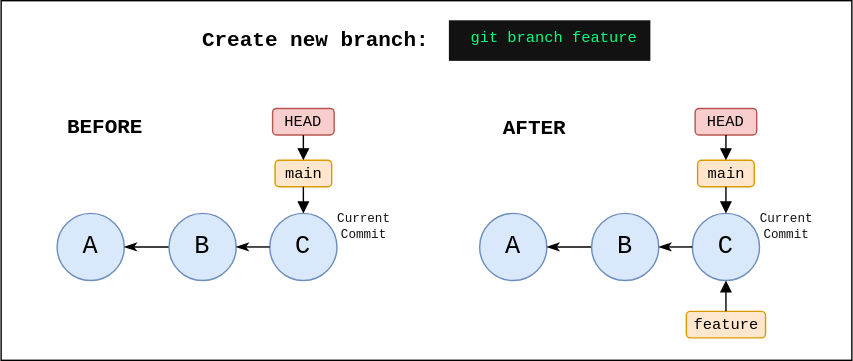
Before: public/diagrams/git-branch-create.svg, a diagram exported from draw.io (datkumar/code-journal). Source tidied: cells renumbered, new cells last; positions are measured from the earlier drawing's top-left corner, leaving out a move shared by most shapes. The source it was exported from:
```xml
<mxGraphModel>
  <root>
    <mxCell id="0" />
    <mxCell id="1" parent="0" />
    <mxCell id="2" style="rounded=0;whiteSpace=wrap;html=1;fontFamily=monospace;fillStyle=solid;fillColor=light-dark(#FFFFFF,#FFFFFF);" parent="1" vertex="1">
      <mxGeometry width="608" height="257" as="geometry" />
    </mxCell>
    <mxCell id="3" value="A" style="ellipse;whiteSpace=wrap;html=1;fillColor=light-dark(#DAE8FC,#DAE8FC);strokeColor=#6c8ebf;fontSize=18;fontFamily=monospace;fontColor=light-dark(#000000,#000000);" parent="1" vertex="1">
      <mxGeometry x="342" y="152" width="48" height="48" as="geometry" />
    </mxCell>
    <mxCell id="4" style="endArrow=classicThin;html=1;rounded=0;exitX=0;exitY=0.5;exitDx=0;exitDy=0;entryX=1;entryY=0.5;entryDx=0;entryDy=0;endFill=1;fontFamily=monospace;fontColor=light-dark(#000000,#000000);strokeColor=light-dark(#000000,#000000);curved=1;" parent="1" edge="1" source="10" target="3">
      <mxGeometry relative="1" as="geometry" />
    </mxCell>
    <mxCell id="5" value="&lt;font&gt;HEAD&lt;/font&gt;" style="rounded=1;whiteSpace=wrap;html=1;fillColor=light-dark(#F8CECC,#F8CECC);strokeColor=#b85450;fontFamily=monospace;fontSize=11;align=center;verticalAlign=middle;fontColor=light-dark(#000000,#000000);" parent="1" vertex="1">
      <mxGeometry x="496" y="77" width="44" height="19" as="geometry" />
    </mxCell>
    <mxCell id="6" value="&lt;font&gt;main&lt;/font&gt;" style="rounded=1;whiteSpace=wrap;html=1;fillColor=light-dark(#FFE6CC,#FFE6CC);strokeColor=#d79b00;fontFamily=monospace;fontSize=11;align=center;verticalAlign=middle;fontColor=light-dark(#000000,#000000);" parent="1" vertex="1">
      <mxGeometry x="497.8" y="114" width="40.5" height="19" as="geometry" />
    </mxCell>
    <mxCell id="7" value="&lt;font&gt;feature&lt;/font&gt;" style="rounded=1;whiteSpace=wrap;html=1;fillColor=light-dark(#FFE6CC,#FFE6CC);strokeColor=#d79b00;fontFamily=monospace;fontSize=11;align=center;verticalAlign=middle;fontColor=light-dark(#000000,#000000);" parent="1" vertex="1">
      <mxGeometry x="489.7" y="222" width="56.6" height="19" as="geometry" />
    </mxCell>
    <mxCell id="8" style="endArrow=block;html=1;rounded=0;endFill=1;entryX=0.5;entryY=0;entryDx=0;entryDy=0;exitX=0.5;exitY=1;exitDx=0;exitDy=0;fontFamily=monospace;fontColor=light-dark(#000000,#000000);strokeColor=light-dark(#000000,#000000);curved=1;" parent="1" edge="1" source="5" target="6">
      <mxGeometry relative="1" as="geometry" />
    </mxCell>
    <mxCell id="9" value="&lt;font style=&quot;color: light-dark(rgb(0, 255, 128), rgb(0, 255, 128));&quot;&gt;&amp;nbsp;git branch feature&lt;/font&gt;" style="rounded=0;whiteSpace=wrap;html=1;align=center;fontFamily=monospace;fontSize=11;fillColor=light-dark(#121212,#121212);strokeColor=none;fontColor=light-dark(#00FF80,#00FF80);verticalAlign=top;fillStyle=solid;" parent="1" vertex="1">
      <mxGeometry x="320" y="14" width="144" height="29" as="geometry" />
    </mxCell>
    <mxCell id="10" value="B" style="ellipse;whiteSpace=wrap;html=1;fillColor=light-dark(#DAE8FC,#DAE8FC);strokeColor=#6c8ebf;fontSize=18;fontFamily=monospace;fontColor=light-dark(#000000,#000000);" parent="1" vertex="1">
      <mxGeometry x="422" y="152" width="48" height="48" as="geometry" />
    </mxCell>
    <mxCell id="11" value="C" style="ellipse;whiteSpace=wrap;html=1;fillColor=light-dark(#DAE8FC,#DAE8FC);strokeColor=#6c8ebf;fontSize=18;fontFamily=monospace;fontColor=light-dark(#000000,#000000);" parent="1" vertex="1">
      <mxGeometry x="494" y="152" width="48" height="48" as="geometry" />
    </mxCell>
    <mxCell id="12" style="endArrow=classicThin;html=1;rounded=0;exitX=0;exitY=0.5;exitDx=0;exitDy=0;entryX=1;entryY=0.5;entryDx=0;entryDy=0;endFill=1;fontFamily=monospace;fontColor=light-dark(#000000,#000000);strokeColor=light-dark(#000000,#000000);curved=1;" parent="1" edge="1" source="11" target="10">
      <mxGeometry relative="1" as="geometry" />
    </mxCell>
    <mxCell id="13" style="endArrow=block;html=1;rounded=0;exitX=0.5;exitY=1;exitDx=0;exitDy=0;endFill=1;entryX=0.5;entryY=0;entryDx=0;entryDy=0;fontFamily=monospace;fontColor=light-dark(#000000,#000000);strokeColor=light-dark(#000000,#000000);curved=1;" parent="1" edge="1" source="6" target="11">
      <mxGeometry relative="1" as="geometry" />
    </mxCell>
    <mxCell id="14" style="endArrow=block;html=1;rounded=0;exitX=0.5;exitY=0;exitDx=0;exitDy=0;endFill=1;entryX=0.5;entryY=1;entryDx=0;entryDy=0;fontFamily=monospace;fontColor=light-dark(#000000,#000000);strokeColor=light-dark(#000000,#000000);curved=1;" parent="1" edge="1" source="7" target="11">
      <mxGeometry relative="1" as="geometry" />
    </mxCell>
    <mxCell id="15" value="Create new branch:" style="text;html=1;align=center;verticalAlign=middle;whiteSpace=wrap;rounded=0;fontStyle=1;fontSize=15;fontFamily=monospace;fontColor=light-dark(#000000,#000000);" parent="1" vertex="1">
      <mxGeometry x="133" width="183.5" height="57" as="geometry" />
    </mxCell>
    <mxCell id="16" value="A" style="ellipse;whiteSpace=wrap;html=1;fillColor=light-dark(#DAE8FC,#DAE8FC);strokeColor=#6c8ebf;fontSize=18;fontFamily=monospace;fontColor=light-dark(#000000,#000000);" parent="1" vertex="1">
      <mxGeometry x="40" y="152" width="48" height="48" as="geometry" />
    </mxCell>
    <mxCell id="17" style="endArrow=classicThin;html=1;rounded=0;exitX=0;exitY=0.5;exitDx=0;exitDy=0;entryX=1;entryY=0.5;entryDx=0;entryDy=0;endFill=1;fontFamily=monospace;fontColor=light-dark(#000000,#000000);strokeColor=light-dark(#000000,#000000);curved=1;" parent="1" edge="1" source="21" target="16">
      <mxGeometry relative="1" as="geometry" />
    </mxCell>
    <mxCell id="18" value="&lt;font&gt;HEAD&lt;/font&gt;" style="rounded=1;whiteSpace=wrap;html=1;fillColor=light-dark(#F8CECC,#F8CECC);strokeColor=#b85450;fontFamily=monospace;fontSize=11;align=center;verticalAlign=middle;fontColor=light-dark(#000000,#000000);" parent="1" vertex="1">
      <mxGeometry x="194" y="77" width="44" height="19" as="geometry" />
    </mxCell>
    <mxCell id="19" value="&lt;font&gt;main&lt;/font&gt;" style="rounded=1;whiteSpace=wrap;html=1;fillColor=light-dark(#FFE6CC,#FFE6CC);strokeColor=#d79b00;fontFamily=monospace;fontSize=11;align=center;verticalAlign=middle;fontColor=light-dark(#000000,#000000);" parent="1" vertex="1">
      <mxGeometry x="195.8" y="114" width="40.5" height="19" as="geometry" />
    </mxCell>
    <mxCell id="20" style="endArrow=block;html=1;rounded=0;endFill=1;entryX=0.5;entryY=0;entryDx=0;entryDy=0;exitX=0.5;exitY=1;exitDx=0;exitDy=0;fontFamily=monospace;fontColor=light-dark(#000000,#000000);strokeColor=light-dark(#000000,#000000);curved=1;" parent="1" edge="1" source="18" target="19">
      <mxGeometry relative="1" as="geometry" />
    </mxCell>
    <mxCell id="21" value="B" style="ellipse;whiteSpace=wrap;html=1;fillColor=light-dark(#DAE8FC,#DAE8FC);strokeColor=#6c8ebf;fontSize=18;fontFamily=monospace;fontColor=light-dark(#000000,#000000);" parent="1" vertex="1">
      <mxGeometry x="120" y="152" width="48" height="48" as="geometry" />
    </mxCell>
    <mxCell id="22" value="C" style="ellipse;whiteSpace=wrap;html=1;fillColor=light-dark(#DAE8FC,#DAE8FC);strokeColor=#6c8ebf;fontSize=18;fontFamily=monospace;fontColor=light-dark(#000000,#000000);" parent="1" vertex="1">
      <mxGeometry x="192" y="152" width="48" height="48" as="geometry" />
    </mxCell>
    <mxCell id="23" style="endArrow=classicThin;html=1;rounded=0;exitX=0;exitY=0.5;exitDx=0;exitDy=0;entryX=1;entryY=0.5;entryDx=0;entryDy=0;endFill=1;fontFamily=monospace;fontColor=light-dark(#000000,#000000);strokeColor=light-dark(#000000,#000000);curved=1;" parent="1" edge="1" source="22" target="21">
      <mxGeometry relative="1" as="geometry" />
    </mxCell>
    <mxCell id="24" style="endArrow=block;html=1;rounded=0;exitX=0.5;exitY=1;exitDx=0;exitDy=0;endFill=1;entryX=0.5;entryY=0;entryDx=0;entryDy=0;fontFamily=monospace;fontColor=light-dark(#000000,#000000);strokeColor=light-dark(#000000,#000000);curved=1;" parent="1" edge="1" source="19" target="22">
      <mxGeometry relative="1" as="geometry" />
    </mxCell>
    <mxCell id="25" value="Current Commit" style="text;html=1;whiteSpace=wrap;strokeColor=none;fillColor=none;align=center;verticalAlign=middle;rounded=0;fontFamily=monospace;fontSize=9;fontColor=light-dark(#121212,#121212);" parent="1" vertex="1">
      <mxGeometry x="232.2" y="147" width="55" height="30" as="geometry" />
    </mxCell>
    <mxCell id="26" value="BEFORE" style="text;html=1;align=center;verticalAlign=middle;whiteSpace=wrap;rounded=0;fontStyle=1;fontSize=15;fontFamily=monospace;fontColor=light-dark(#000000,#000000);" parent="1" vertex="1">
      <mxGeometry x="42" y="62" width="65" height="57" as="geometry" />
    </mxCell>
    <mxCell id="27" value="AFTER" style="text;html=1;align=center;verticalAlign=middle;whiteSpace=wrap;rounded=0;fontStyle=1;fontSize=15;fontFamily=monospace;fontColor=light-dark(#000000,#000000);" parent="1" vertex="1">
      <mxGeometry x="349" y="63" width="65" height="57" as="geometry" />
    </mxCell>
    <mxCell id="28" value="Current Commit" style="text;html=1;whiteSpace=wrap;strokeColor=none;fillColor=none;align=center;verticalAlign=middle;rounded=0;fontFamily=monospace;fontSize=9;fontColor=light-dark(#121212,#121212);" parent="1" vertex="1">
      <mxGeometry x="534" y="147" width="55" height="30" as="geometry" />
    </mxCell>
  </root>
</mxGraphModel>
```
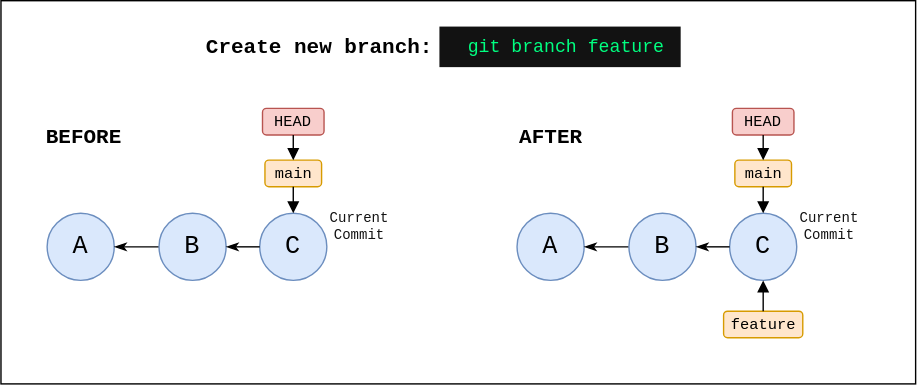
The same diagram one commit later.

The edit, as a diff of the source:
```diff
@@ -3,34 +3,34 @@
     <mxCell id="0" />
     <mxCell id="1" parent="0" />
     <mxCell id="2" style="rounded=0;whiteSpace=wrap;html=1;fontFamily=monospace;fillStyle=solid;fillColor=light-dark(#FFFFFF,#FFFFFF);" parent="1" vertex="1">
-      <mxGeometry width="608" height="257" as="geometry" />
+      <mxGeometry x="-103" y="68" width="654" height="274" as="geometry" />
     </mxCell>
     <mxCell id="3" value="A" style="ellipse;whiteSpace=wrap;html=1;fillColor=light-dark(#DAE8FC,#DAE8FC);strokeColor=#6c8ebf;fontSize=18;fontFamily=monospace;fontColor=light-dark(#000000,#000000);" parent="1" vertex="1">
-      <mxGeometry x="342" y="152" width="48" height="48" as="geometry" />
+      <mxGeometry x="266" y="220" width="48" height="48" as="geometry" />
     </mxCell>
     <mxCell id="4" style="endArrow=classicThin;html=1;rounded=0;exitX=0;exitY=0.5;exitDx=0;exitDy=0;entryX=1;entryY=0.5;entryDx=0;entryDy=0;endFill=1;fontFamily=monospace;fontColor=light-dark(#000000,#000000);strokeColor=light-dark(#000000,#000000);curved=1;" parent="1" edge="1" source="10" target="3">
       <mxGeometry relative="1" as="geometry" />
     </mxCell>
     <mxCell id="5" value="&lt;font&gt;HEAD&lt;/font&gt;" style="rounded=1;whiteSpace=wrap;html=1;fillColor=light-dark(#F8CECC,#F8CECC);strokeColor=#b85450;fontFamily=monospace;fontSize=11;align=center;verticalAlign=middle;fontColor=light-dark(#000000,#000000);" parent="1" vertex="1">
-      <mxGeometry x="496" y="77" width="44" height="19" as="geometry" />
+      <mxGeometry x="420" y="145" width="44" height="19" as="geometry" />
     </mxCell>
     <mxCell id="6" value="&lt;font&gt;main&lt;/font&gt;" style="rounded=1;whiteSpace=wrap;html=1;fillColor=light-dark(#FFE6CC,#FFE6CC);strokeColor=#d79b00;fontFamily=monospace;fontSize=11;align=center;verticalAlign=middle;fontColor=light-dark(#000000,#000000);" parent="1" vertex="1">
-      <mxGeometry x="497.8" y="114" width="40.5" height="19" as="geometry" />
+      <mxGeometry x="421.8" y="182" width="40.5" height="19" as="geometry" />
     </mxCell>
     <mxCell id="7" value="&lt;font&gt;feature&lt;/font&gt;" style="rounded=1;whiteSpace=wrap;html=1;fillColor=light-dark(#FFE6CC,#FFE6CC);strokeColor=#d79b00;fontFamily=monospace;fontSize=11;align=center;verticalAlign=middle;fontColor=light-dark(#000000,#000000);" parent="1" vertex="1">
-      <mxGeometry x="489.7" y="222" width="56.6" height="19" as="geometry" />
+      <mxGeometry x="413.7" y="290" width="56.6" height="19" as="geometry" />
     </mxCell>
     <mxCell id="8" style="endArrow=block;html=1;rounded=0;endFill=1;entryX=0.5;entryY=0;entryDx=0;entryDy=0;exitX=0.5;exitY=1;exitDx=0;exitDy=0;fontFamily=monospace;fontColor=light-dark(#000000,#000000);strokeColor=light-dark(#000000,#000000);curved=1;" parent="1" edge="1" source="5" target="6">
       <mxGeometry relative="1" as="geometry" />
     </mxCell>
-    <mxCell id="9" value="&lt;font style=&quot;color: light-dark(rgb(0, 255, 128), rgb(0, 255, 128));&quot;&gt;&amp;nbsp;git branch feature&lt;/font&gt;" style="rounded=0;whiteSpace=wrap;html=1;align=center;fontFamily=monospace;fontSize=11;fillColor=light-dark(#121212,#121212);strokeColor=none;fontColor=light-dark(#00FF80,#00FF80);verticalAlign=top;fillStyle=solid;" parent="1" vertex="1">
-      <mxGeometry x="320" y="14" width="144" height="29" as="geometry" />
+    <mxCell id="9" value="&lt;font style=&quot;&quot;&gt;&amp;nbsp;git branch feature&lt;/font&gt;" style="rounded=0;whiteSpace=wrap;html=1;align=center;fontFamily=monospace;fontSize=13;fillColor=light-dark(#121212,#121212);strokeColor=none;fontColor=light-dark(#00FF80,#00FF80);verticalAlign=top;fillStyle=solid;" parent="1" vertex="1">
+      <mxGeometry x="211" y="87" width="172.5" height="29" as="geometry" />
     </mxCell>
     <mxCell id="10" value="B" style="ellipse;whiteSpace=wrap;html=1;fillColor=light-dark(#DAE8FC,#DAE8FC);strokeColor=#6c8ebf;fontSize=18;fontFamily=monospace;fontColor=light-dark(#000000,#000000);" parent="1" vertex="1">
-      <mxGeometry x="422" y="152" width="48" height="48" as="geometry" />
+      <mxGeometry x="346" y="220" width="48" height="48" as="geometry" />
     </mxCell>
     <mxCell id="11" value="C" style="ellipse;whiteSpace=wrap;html=1;fillColor=light-dark(#DAE8FC,#DAE8FC);strokeColor=#6c8ebf;fontSize=18;fontFamily=monospace;fontColor=light-dark(#000000,#000000);" parent="1" vertex="1">
-      <mxGeometry x="494" y="152" width="48" height="48" as="geometry" />
+      <mxGeometry x="418" y="220" width="48" height="48" as="geometry" />
     </mxCell>
     <mxCell id="12" style="endArrow=classicThin;html=1;rounded=0;exitX=0;exitY=0.5;exitDx=0;exitDy=0;entryX=1;entryY=0.5;entryDx=0;entryDy=0;endFill=1;fontFamily=monospace;fontColor=light-dark(#000000,#000000);strokeColor=light-dark(#000000,#000000);curved=1;" parent="1" edge="1" source="11" target="10">
       <mxGeometry relative="1" as="geometry" />
@@ -42,28 +42,28 @@
       <mxGeometry relative="1" as="geometry" />
     </mxCell>
     <mxCell id="15" value="Create new branch:" style="text;html=1;align=center;verticalAlign=middle;whiteSpace=wrap;rounded=0;fontStyle=1;fontSize=15;fontFamily=monospace;fontColor=light-dark(#000000,#000000);" parent="1" vertex="1">
-      <mxGeometry x="133" width="183.5" height="57" as="geometry" />
+      <mxGeometry x="33" y="73" width="183.5" height="57" as="geometry" />
     </mxCell>
     <mxCell id="16" value="A" style="ellipse;whiteSpace=wrap;html=1;fillColor=light-dark(#DAE8FC,#DAE8FC);strokeColor=#6c8ebf;fontSize=18;fontFamily=monospace;fontColor=light-dark(#000000,#000000);" parent="1" vertex="1">
-      <mxGeometry x="40" y="152" width="48" height="48" as="geometry" />
+      <mxGeometry x="-70" y="220" width="48" height="48" as="geometry" />
     </mxCell>
     <mxCell id="17" style="endArrow=classicThin;html=1;rounded=0;exitX=0;exitY=0.5;exitDx=0;exitDy=0;entryX=1;entryY=0.5;entryDx=0;entryDy=0;endFill=1;fontFamily=monospace;fontColor=light-dark(#000000,#000000);strokeColor=light-dark(#000000,#000000);curved=1;" parent="1" edge="1" source="21" target="16">
       <mxGeometry relative="1" as="geometry" />
     </mxCell>
     <mxCell id="18" value="&lt;font&gt;HEAD&lt;/font&gt;" style="rounded=1;whiteSpace=wrap;html=1;fillColor=light-dark(#F8CECC,#F8CECC);strokeColor=#b85450;fontFamily=monospace;fontSize=11;align=center;verticalAlign=middle;fontColor=light-dark(#000000,#000000);" parent="1" vertex="1">
-      <mxGeometry x="194" y="77" width="44" height="19" as="geometry" />
+      <mxGeometry x="84" y="145" width="44" height="19" as="geometry" />
     </mxCell>
     <mxCell id="19" value="&lt;font&gt;main&lt;/font&gt;" style="rounded=1;whiteSpace=wrap;html=1;fillColor=light-dark(#FFE6CC,#FFE6CC);strokeColor=#d79b00;fontFamily=monospace;fontSize=11;align=center;verticalAlign=middle;fontColor=light-dark(#000000,#000000);" parent="1" vertex="1">
-      <mxGeometry x="195.8" y="114" width="40.5" height="19" as="geometry" />
+      <mxGeometry x="85.8" y="182" width="40.5" height="19" as="geometry" />
     </mxCell>
     <mxCell id="20" style="endArrow=block;html=1;rounded=0;endFill=1;entryX=0.5;entryY=0;entryDx=0;entryDy=0;exitX=0.5;exitY=1;exitDx=0;exitDy=0;fontFamily=monospace;fontColor=light-dark(#000000,#000000);strokeColor=light-dark(#000000,#000000);curved=1;" parent="1" edge="1" source="18" target="19">
       <mxGeometry relative="1" as="geometry" />
     </mxCell>
     <mxCell id="21" value="B" style="ellipse;whiteSpace=wrap;html=1;fillColor=light-dark(#DAE8FC,#DAE8FC);strokeColor=#6c8ebf;fontSize=18;fontFamily=monospace;fontColor=light-dark(#000000,#000000);" parent="1" vertex="1">
-      <mxGeometry x="120" y="152" width="48" height="48" as="geometry" />
+      <mxGeometry x="10" y="220" width="48" height="48" as="geometry" />
     </mxCell>
     <mxCell id="22" value="C" style="ellipse;whiteSpace=wrap;html=1;fillColor=light-dark(#DAE8FC,#DAE8FC);strokeColor=#6c8ebf;fontSize=18;fontFamily=monospace;fontColor=light-dark(#000000,#000000);" parent="1" vertex="1">
-      <mxGeometry x="192" y="152" width="48" height="48" as="geometry" />
+      <mxGeometry x="82" y="220" width="48" height="48" as="geometry" />
     </mxCell>
     <mxCell id="23" style="endArrow=classicThin;html=1;rounded=0;exitX=0;exitY=0.5;exitDx=0;exitDy=0;entryX=1;entryY=0.5;entryDx=0;entryDy=0;endFill=1;fontFamily=monospace;fontColor=light-dark(#000000,#000000);strokeColor=light-dark(#000000,#000000);curved=1;" parent="1" edge="1" source="22" target="21">
       <mxGeometry relative="1" as="geometry" />
@@ -71,17 +71,17 @@
     <mxCell id="24" style="endArrow=block;html=1;rounded=0;exitX=0.5;exitY=1;exitDx=0;exitDy=0;endFill=1;entryX=0.5;entryY=0;entryDx=0;entryDy=0;fontFamily=monospace;fontColor=light-dark(#000000,#000000);strokeColor=light-dark(#000000,#000000);curved=1;" parent="1" edge="1" source="19" target="22">
       <mxGeometry relative="1" as="geometry" />
     </mxCell>
-    <mxCell id="25" value="Current Commit" style="text;html=1;whiteSpace=wrap;strokeColor=none;fillColor=none;align=center;verticalAlign=middle;rounded=0;fontFamily=monospace;fontSize=9;fontColor=light-dark(#121212,#121212);" parent="1" vertex="1">
-      <mxGeometry x="232.2" y="147" width="55" height="30" as="geometry" />
+    <mxCell id="25" value="Current Commit" style="text;html=1;whiteSpace=wrap;strokeColor=none;fillColor=none;align=center;verticalAlign=middle;rounded=0;fontFamily=monospace;fontSize=10;fontColor=light-dark(#121212,#121212);" parent="1" vertex="1">
+      <mxGeometry x="126.2" y="215" width="55" height="30" as="geometry" />
     </mxCell>
     <mxCell id="26" value="BEFORE" style="text;html=1;align=center;verticalAlign=middle;whiteSpace=wrap;rounded=0;fontStyle=1;fontSize=15;fontFamily=monospace;fontColor=light-dark(#000000,#000000);" parent="1" vertex="1">
-      <mxGeometry x="42" y="62" width="65" height="57" as="geometry" />
+      <mxGeometry x="-76" y="137" width="65" height="57" as="geometry" />
     </mxCell>
     <mxCell id="27" value="AFTER" style="text;html=1;align=center;verticalAlign=middle;whiteSpace=wrap;rounded=0;fontStyle=1;fontSize=15;fontFamily=monospace;fontColor=light-dark(#000000,#000000);" parent="1" vertex="1">
-      <mxGeometry x="349" y="63" width="65" height="57" as="geometry" />
+      <mxGeometry x="258" y="137" width="65" height="57" as="geometry" />
     </mxCell>
-    <mxCell id="28" value="Current Commit" style="text;html=1;whiteSpace=wrap;strokeColor=none;fillColor=none;align=center;verticalAlign=middle;rounded=0;fontFamily=monospace;fontSize=9;fontColor=light-dark(#121212,#121212);" parent="1" vertex="1">
-      <mxGeometry x="534" y="147" width="55" height="30" as="geometry" />
+    <mxCell id="28" value="Current Commit" style="text;html=1;whiteSpace=wrap;strokeColor=none;fillColor=none;align=center;verticalAlign=middle;rounded=0;fontFamily=monospace;fontSize=10;fontColor=light-dark(#121212,#121212);" parent="1" vertex="1">
+      <mxGeometry x="462" y="215" width="55" height="30" as="geometry" />
     </mxCell>
   </root>
 </mxGraphModel>
```
